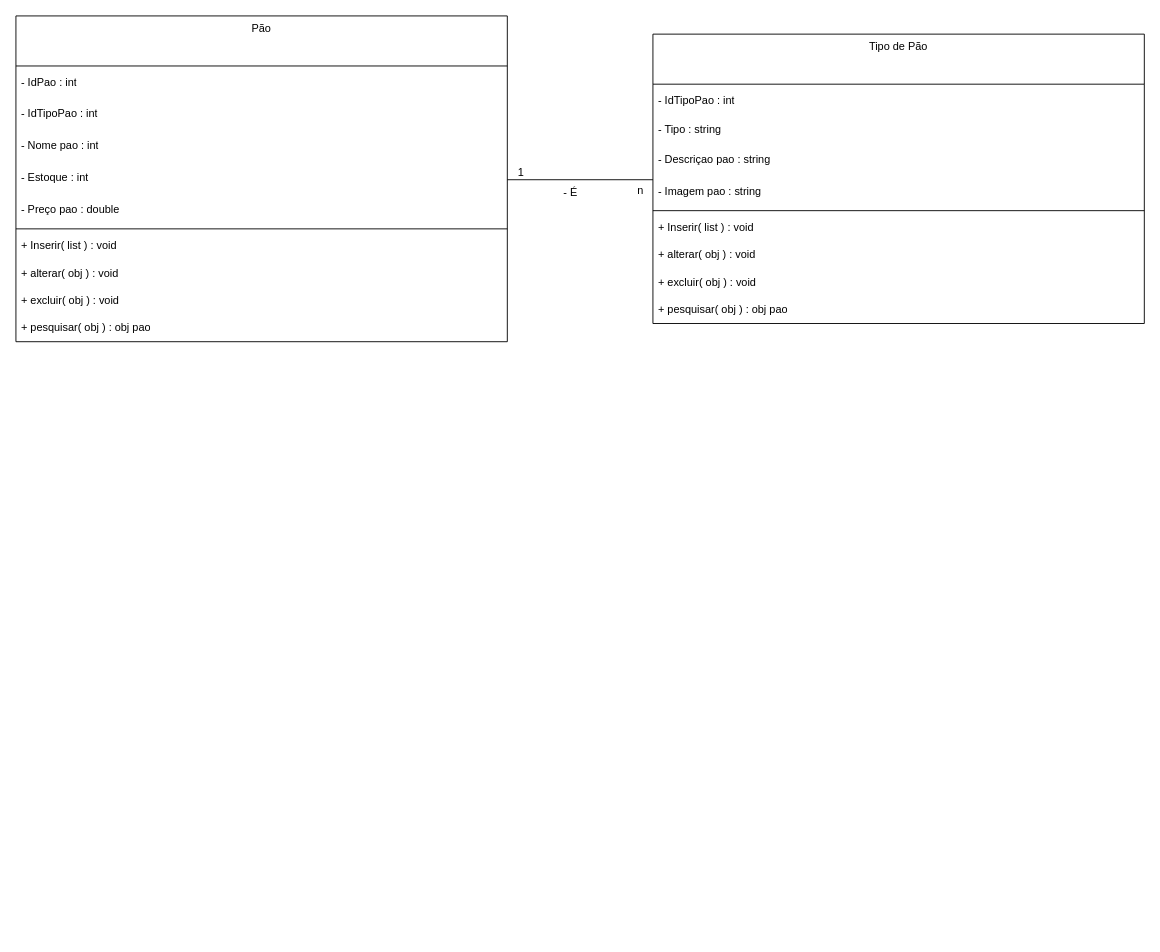
This is Diagrama de Classes.drawio from LeozinRomeiro/Modelagem_SENAI_CTM, a draw.io file, before an edit. Source tidied: cells renumbered, new cells numbered last; positions are measured from the earlier drawing's top-left corner, leaving out a move shared by most shapes. Both pictures are drawn from the tidied source at 91%, with x=0, y=0 at pixel (15, 15).
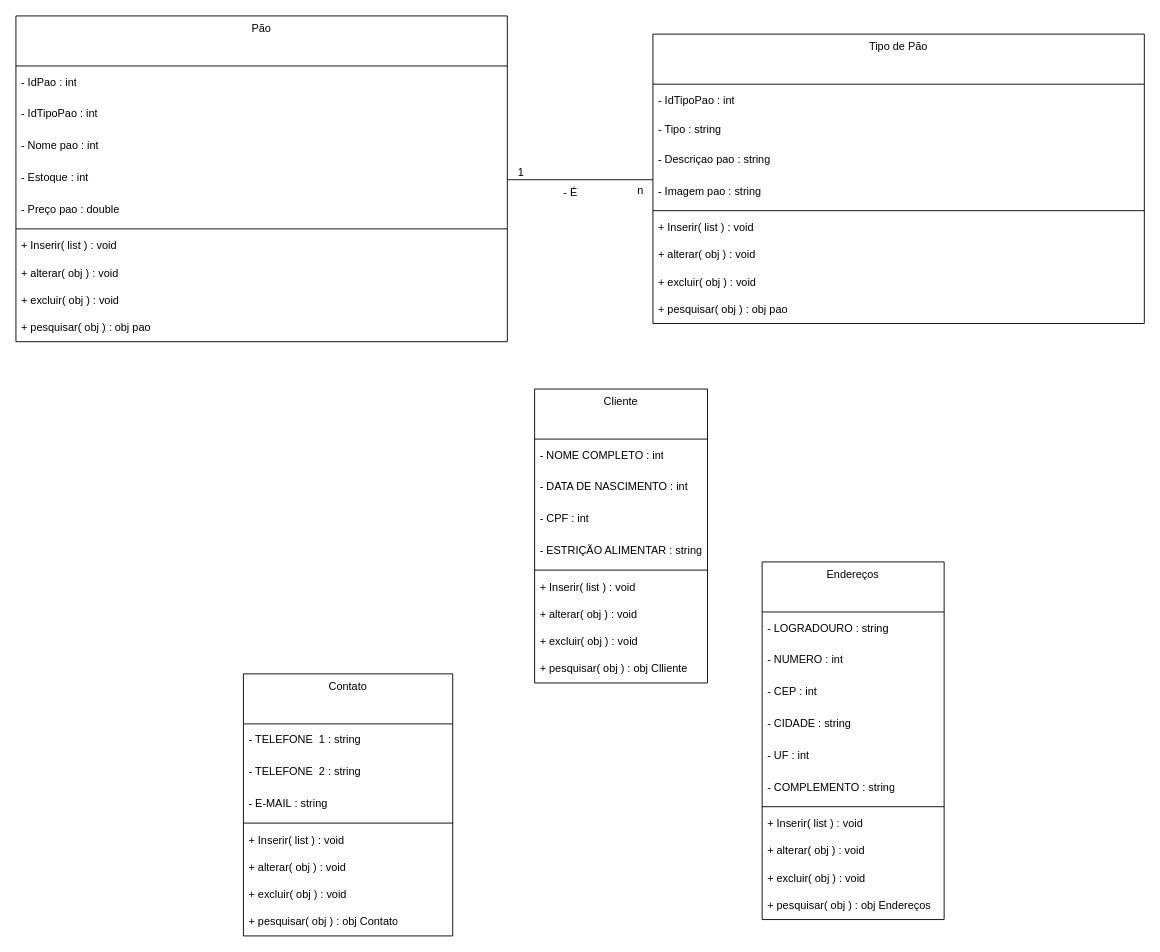
After the change.

Commit message:
Implementando cliente

Diff of the diagram source:
```diff
@@
+    <mxCell id="27" value="Cliente" style="swimlane;fontStyle=0;align=center;verticalAlign=top;horizontal=1;startSize=55;html=1;whiteSpace=wrap;" parent="1" vertex="1">
+      <mxGeometry x="570" y="410" width="190" height="323" as="geometry" />
+    </mxCell>
+    <mxCell id="28" value="-&amp;nbsp;NOME COMPLETO&amp;nbsp;: int" style="text;html=1;strokeColor=none;fillColor=none;align=left;verticalAlign=middle;spacingLeft=4;spacingRight=4;overflow=hidden;whiteSpace=wrap;" parent="27" vertex="1">
+      <mxGeometry y="55" width="190" height="35" as="geometry" />
+    </mxCell>
+    <mxCell id="29" value="-&amp;nbsp;DATA DE NASCIMENTO&amp;nbsp;: int" style="text;html=1;strokeColor=none;fillColor=none;align=left;verticalAlign=middle;spacingLeft=4;spacingRight=4;overflow=hidden;whiteSpace=wrap;" parent="27" vertex="1">
+      <mxGeometry y="90" width="190" height="35" as="geometry" />
+    </mxCell>
+    <mxCell id="30" value="-&amp;nbsp;CPF&amp;nbsp;: int" style="text;html=1;strokeColor=none;fillColor=none;align=left;verticalAlign=middle;spacingLeft=4;spacingRight=4;overflow=hidden;whiteSpace=wrap;" parent="27" vertex="1">
+      <mxGeometry y="125" width="190" height="35" as="geometry" />
+    </mxCell>
+    <mxCell id="31" value="-&amp;nbsp;ESTRIÇÃO ALIMENTAR&amp;nbsp;: string" style="text;html=1;strokeColor=none;fillColor=none;align=left;verticalAlign=middle;spacingLeft=4;spacingRight=4;overflow=hidden;whiteSpace=wrap;" parent="27" vertex="1">
+      <mxGeometry y="160" width="190" height="35" as="geometry" />
+    </mxCell>
+    <mxCell id="32" style="line;strokeWidth=1;fillColor=none;align=left;verticalAlign=middle;spacingTop=-1;spacingLeft=3;spacingRight=3;labelPosition=right;" parent="27" vertex="1">
+      <mxGeometry y="195" width="190" height="8" as="geometry" />
+    </mxCell>
+    <mxCell id="33" value="+ Inserir( list ) : void" style="text;html=1;strokeColor=none;fillColor=none;align=left;verticalAlign=middle;spacingLeft=4;spacingRight=4;overflow=hidden;whiteSpace=wrap;" parent="27" vertex="1">
+      <mxGeometry y="203" width="190" height="30" as="geometry" />
+    </mxCell>
+    <mxCell id="34" value="+ alterar( obj ) : void" style="text;html=1;strokeColor=none;fillColor=none;align=left;verticalAlign=middle;spacingLeft=4;spacingRight=4;overflow=hidden;whiteSpace=wrap;" parent="27" vertex="1">
+      <mxGeometry y="233" width="190" height="30" as="geometry" />
+    </mxCell>
+    <mxCell id="35" value="+ excluir( obj ) : void" style="text;html=1;strokeColor=none;fillColor=none;align=left;verticalAlign=middle;spacingLeft=4;spacingRight=4;overflow=hidden;whiteSpace=wrap;" parent="27" vertex="1">
+      <mxGeometry y="263" width="190" height="30" as="geometry" />
+    </mxCell>
+    <mxCell id="36" value="+ pesquisar( obj ) : obj Clliente" style="text;html=1;strokeColor=none;fillColor=none;align=left;verticalAlign=middle;spacingLeft=4;spacingRight=4;overflow=hidden;whiteSpace=wrap;" parent="27" vertex="1">
+      <mxGeometry y="293" width="190" height="30" as="geometry" />
+    </mxCell>
+    <mxCell id="37" value="Endereços" style="swimlane;fontStyle=0;align=center;verticalAlign=top;horizontal=1;startSize=55;html=1;whiteSpace=wrap;" parent="1" vertex="1">
+      <mxGeometry x="820" y="600" width="200" height="393" as="geometry" />
+    </mxCell>
+    <mxCell id="38" value="-&amp;nbsp;LOGRADOURO&amp;nbsp;: string" style="text;html=1;strokeColor=none;fillColor=none;align=left;verticalAlign=middle;spacingLeft=4;spacingRight=4;overflow=hidden;whiteSpace=wrap;" parent="37" vertex="1">
+      <mxGeometry y="55" width="200" height="35" as="geometry" />
+    </mxCell>
+    <mxCell id="39" value="-&amp;nbsp;NUMERO&amp;nbsp;: int" style="text;html=1;strokeColor=none;fillColor=none;align=left;verticalAlign=middle;spacingLeft=4;spacingRight=4;overflow=hidden;whiteSpace=wrap;" parent="37" vertex="1">
+      <mxGeometry y="90" width="200" height="35" as="geometry" />
+    </mxCell>
+    <mxCell id="40" value="-&amp;nbsp;CEP&amp;nbsp;: int" style="text;html=1;strokeColor=none;fillColor=none;align=left;verticalAlign=middle;spacingLeft=4;spacingRight=4;overflow=hidden;whiteSpace=wrap;" parent="37" vertex="1">
+      <mxGeometry y="125" width="200" height="35" as="geometry" />
+    </mxCell>
+    <mxCell id="41" value="-&amp;nbsp;CIDADE&amp;nbsp;: string" style="text;html=1;strokeColor=none;fillColor=none;align=left;verticalAlign=middle;spacingLeft=4;spacingRight=4;overflow=hidden;whiteSpace=wrap;" parent="37" vertex="1">
+      <mxGeometry y="160" width="200" height="35" as="geometry" />
+    </mxCell>
+    <mxCell id="42" value="- UF : int" style="text;html=1;strokeColor=none;fillColor=none;align=left;verticalAlign=middle;spacingLeft=4;spacingRight=4;overflow=hidden;whiteSpace=wrap;" parent="37" vertex="1">
+      <mxGeometry y="195" width="200" height="35" as="geometry" />
+    </mxCell>
+    <mxCell id="43" value="- COMPLEMENTO : string" style="text;html=1;strokeColor=none;fillColor=none;align=left;verticalAlign=middle;spacingLeft=4;spacingRight=4;overflow=hidden;whiteSpace=wrap;" parent="37" vertex="1">
+      <mxGeometry y="230" width="200" height="35" as="geometry" />
+    </mxCell>
+    <mxCell id="44" style="line;strokeWidth=1;fillColor=none;align=left;verticalAlign=middle;spacingTop=-1;spacingLeft=3;spacingRight=3;labelPosition=right;" parent="37" vertex="1">
+      <mxGeometry y="265" width="200" height="8" as="geometry" />
+    </mxCell>
+    <mxCell id="45" value="+ Inserir( list ) : void" style="text;html=1;strokeColor=none;fillColor=none;align=left;verticalAlign=middle;spacingLeft=4;spacingRight=4;overflow=hidden;whiteSpace=wrap;" parent="37" vertex="1">
+      <mxGeometry y="273" width="200" height="30" as="geometry" />
+    </mxCell>
+    <mxCell id="46" value="+ alterar( obj ) : void" style="text;html=1;strokeColor=none;fillColor=none;align=left;verticalAlign=middle;spacingLeft=4;spacingRight=4;overflow=hidden;whiteSpace=wrap;" parent="37" vertex="1">
+      <mxGeometry y="303" width="200" height="30" as="geometry" />
+    </mxCell>
+    <mxCell id="47" value="+ excluir( obj ) : void" style="text;html=1;strokeColor=none;fillColor=none;align=left;verticalAlign=middle;spacingLeft=4;spacingRight=4;overflow=hidden;whiteSpace=wrap;" parent="37" vertex="1">
+      <mxGeometry y="333" width="200" height="30" as="geometry" />
+    </mxCell>
+    <mxCell id="48" value="+ pesquisar( obj ) : obj&amp;nbsp;Endereços" style="text;html=1;strokeColor=none;fillColor=none;align=left;verticalAlign=middle;spacingLeft=4;spacingRight=4;overflow=hidden;whiteSpace=wrap;" parent="37" vertex="1">
+      <mxGeometry y="363" width="200" height="30" as="geometry" />
+    </mxCell>
+    <mxCell id="49" value="Contato" style="swimlane;fontStyle=0;align=center;verticalAlign=top;horizontal=1;startSize=55;html=1;whiteSpace=wrap;" parent="1" vertex="1">
+      <mxGeometry x="250" y="723" width="230" height="288" as="geometry" />
+    </mxCell>
+    <mxCell id="50" value="-&amp;nbsp;TELEFONE&amp;nbsp; 1&amp;nbsp;: string" style="text;html=1;strokeColor=none;fillColor=none;align=left;verticalAlign=middle;spacingLeft=4;spacingRight=4;overflow=hidden;whiteSpace=wrap;" parent="49" vertex="1">
+      <mxGeometry y="55" width="230" height="35" as="geometry" />
+    </mxCell>
+    <mxCell id="51" value="-&amp;nbsp;TELEFONE&amp;nbsp; 2&amp;nbsp;: string" style="text;html=1;strokeColor=none;fillColor=none;align=left;verticalAlign=middle;spacingLeft=4;spacingRight=4;overflow=hidden;whiteSpace=wrap;" parent="49" vertex="1">
+      <mxGeometry y="90" width="230" height="35" as="geometry" />
+    </mxCell>
+    <mxCell id="52" value="-&amp;nbsp;E-MAIL&amp;nbsp;: string" style="text;html=1;strokeColor=none;fillColor=none;align=left;verticalAlign=middle;spacingLeft=4;spacingRight=4;overflow=hidden;whiteSpace=wrap;" parent="49" vertex="1">
+      <mxGeometry y="125" width="230" height="35" as="geometry" />
+    </mxCell>
+    <mxCell id="53" style="line;strokeWidth=1;fillColor=none;align=left;verticalAlign=middle;spacingTop=-1;spacingLeft=3;spacingRight=3;labelPosition=right;" parent="49" vertex="1">
+      <mxGeometry y="160" width="230" height="8" as="geometry" />
+    </mxCell>
+    <mxCell id="54" value="+ Inserir( list ) : void" style="text;html=1;strokeColor=none;fillColor=none;align=left;verticalAlign=middle;spacingLeft=4;spacingRight=4;overflow=hidden;whiteSpace=wrap;" parent="49" vertex="1">
+      <mxGeometry y="168" width="230" height="30" as="geometry" />
+    </mxCell>
+    <mxCell id="55" value="+ alterar( obj ) : void" style="text;html=1;strokeColor=none;fillColor=none;align=left;verticalAlign=middle;spacingLeft=4;spacingRight=4;overflow=hidden;whiteSpace=wrap;" parent="49" vertex="1">
+      <mxGeometry y="198" width="230" height="30" as="geometry" />
+    </mxCell>
+    <mxCell id="56" value="+ excluir( obj ) : void" style="text;html=1;strokeColor=none;fillColor=none;align=left;verticalAlign=middle;spacingLeft=4;spacingRight=4;overflow=hidden;whiteSpace=wrap;" parent="49" vertex="1">
+      <mxGeometry y="228" width="230" height="30" as="geometry" />
+    </mxCell>
+    <mxCell id="57" value="+ pesquisar( obj ) : obj Contato" style="text;html=1;strokeColor=none;fillColor=none;align=left;verticalAlign=middle;spacingLeft=4;spacingRight=4;overflow=hidden;whiteSpace=wrap;" parent="49" vertex="1">
+      <mxGeometry y="258" width="230" height="30" as="geometry" />
+    </mxCell>
```
